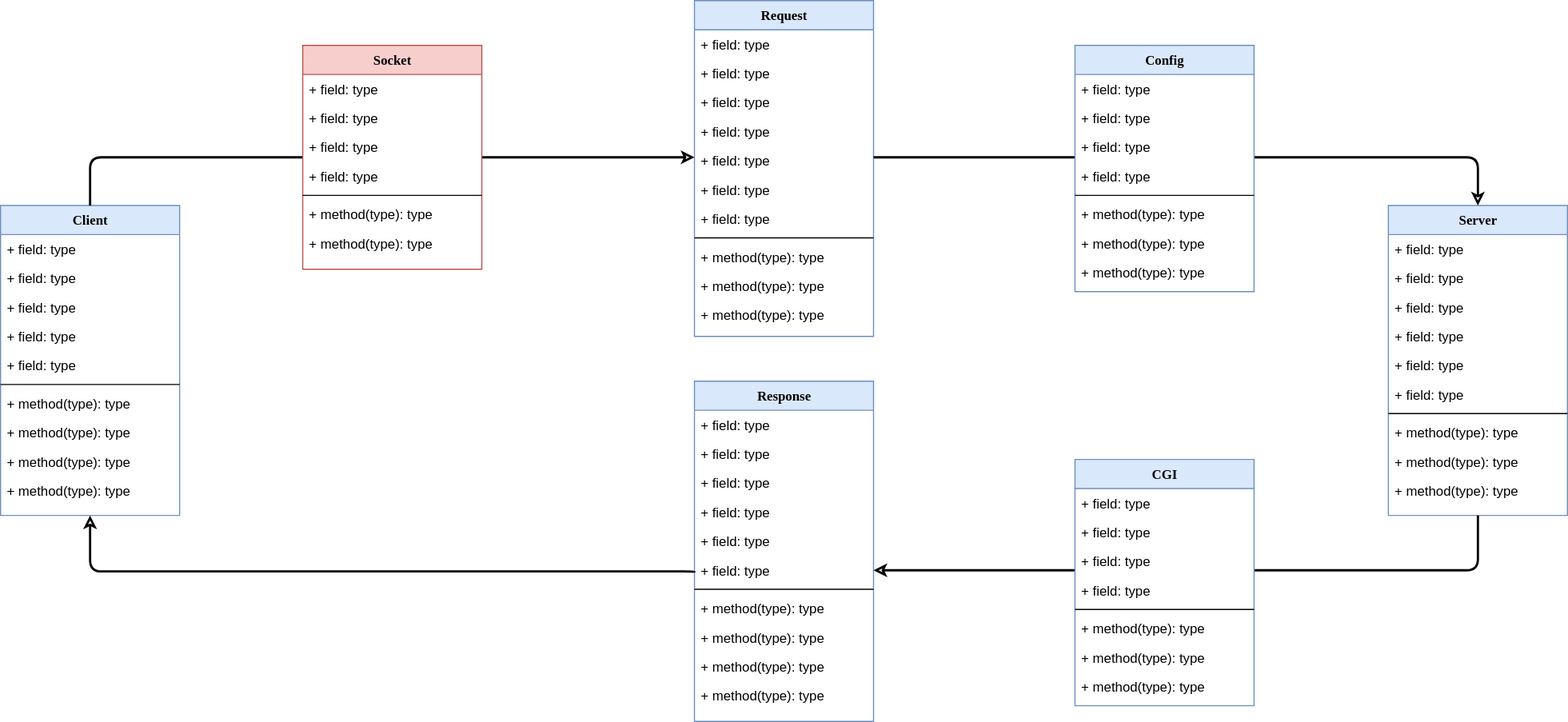
The draw.io diagram uml_class_diagram.svg in iker-gonzalez/webserv, before a commit. Source tidied: cells renumbered, new cells last; positions are measured from the earlier drawing's top-left corner, leaving out a move shared by most shapes.
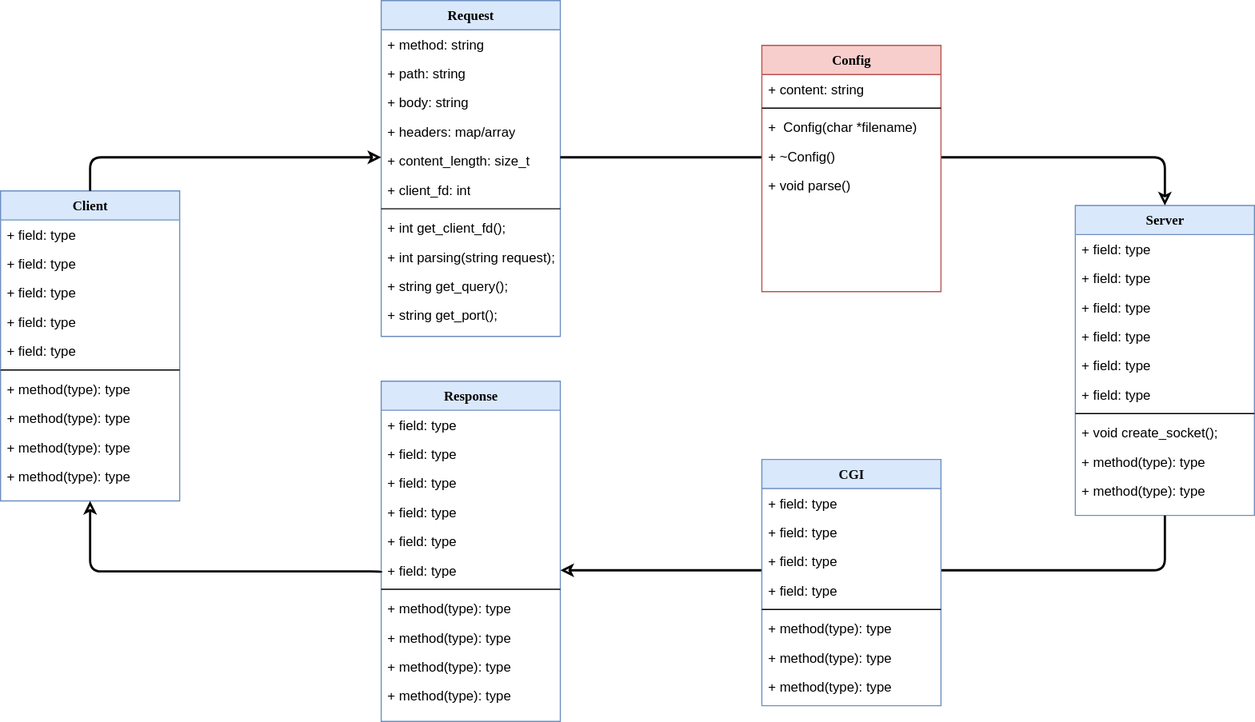
Later version of the same file.

Diff of the diagram source:
```diff
@@ -3,7 +3,7 @@
     <mxCell id="0" />
     <mxCell id="1" parent="0" />
     <mxCell id="2" value="Client" style="swimlane;html=1;fontStyle=1;align=center;verticalAlign=top;horizontal=1;startSize=26;swimlaneFillColor=#ffffff;rounded=0;shadow=0;comic=0;labelBackgroundColor=none;strokeWidth=1;fillColor=#dae8fc;fontFamily=Verdana;fontSize=12;strokeColor=#6c8ebf;" parent="1" vertex="1">
-      <mxGeometry y="183" width="160" height="277" as="geometry" />
+      <mxGeometry x="280" y="170" width="160" height="277" as="geometry" />
     </mxCell>
     <mxCell id="3" value="+ field: type" style="text;html=1;strokeColor=none;fillColor=none;align=left;verticalAlign=top;spacingLeft=4;spacingRight=4;whiteSpace=wrap;overflow=hidden;" parent="2" vertex="1">
       <mxGeometry y="26" width="160" height="26" as="geometry" />
@@ -59,7 +59,7 @@
     <mxCell id="20" style="line;html=1;strokeWidth=1;fillColor=none;align=left;verticalAlign=middle;spacingTop=-1;spacingLeft=3;spacingRight=3;labelPosition=right;" parent="13" vertex="1">
       <mxGeometry y="182" width="160" height="8" as="geometry" />
     </mxCell>
-    <mxCell id="21" value="+ method(type): type" style="text;html=1;strokeColor=none;fillColor=none;align=left;verticalAlign=top;spacingLeft=4;spacingRight=4;whiteSpace=wrap;overflow=hidden;" parent="13" vertex="1">
+    <mxCell id="21" value="+ void create_socket();" style="text;html=1;strokeColor=none;fillColor=none;align=left;verticalAlign=top;spacingLeft=4;spacingRight=4;whiteSpace=wrap;overflow=hidden;" parent="13" vertex="1">
       <mxGeometry y="190" width="160" height="26" as="geometry" />
     </mxCell>
     <mxCell id="22" value="+ method(type): type" style="text;html=1;strokeColor=none;fillColor=none;align=left;verticalAlign=top;spacingLeft=4;spacingRight=4;whiteSpace=wrap;overflow=hidden;" parent="13" vertex="1">
@@ -71,39 +71,39 @@
     <mxCell id="24" value="Request" style="swimlane;html=1;fontStyle=1;align=center;verticalAlign=top;horizontal=1;startSize=26;swimlaneFillColor=#ffffff;rounded=0;shadow=0;comic=0;labelBackgroundColor=none;strokeWidth=1;fillColor=#dae8fc;fontFamily=Verdana;fontSize=12;strokeColor=#6c8ebf;" parent="1" vertex="1">
       <mxGeometry x="620" width="160" height="300" as="geometry" />
     </mxCell>
-    <mxCell id="25" value="+ field: type" style="text;html=1;strokeColor=none;fillColor=none;align=left;verticalAlign=top;spacingLeft=4;spacingRight=4;whiteSpace=wrap;overflow=hidden;" parent="24" vertex="1">
+    <mxCell id="25" value="+ method: string" style="text;html=1;strokeColor=none;fillColor=none;align=left;verticalAlign=top;spacingLeft=4;spacingRight=4;whiteSpace=wrap;overflow=hidden;" parent="24" vertex="1">
       <mxGeometry y="26" width="160" height="26" as="geometry" />
     </mxCell>
-    <mxCell id="26" value="+ field: type" style="text;html=1;strokeColor=none;fillColor=none;align=left;verticalAlign=top;spacingLeft=4;spacingRight=4;whiteSpace=wrap;overflow=hidden;" parent="24" vertex="1">
+    <mxCell id="26" value="+ path: string" style="text;html=1;strokeColor=none;fillColor=none;align=left;verticalAlign=top;spacingLeft=4;spacingRight=4;whiteSpace=wrap;overflow=hidden;" parent="24" vertex="1">
       <mxGeometry y="52" width="160" height="26" as="geometry" />
     </mxCell>
-    <mxCell id="27" value="+ field: type" style="text;html=1;strokeColor=none;fillColor=none;align=left;verticalAlign=top;spacingLeft=4;spacingRight=4;whiteSpace=wrap;overflow=hidden;" parent="24" vertex="1">
+    <mxCell id="27" value="+ body: string" style="text;html=1;strokeColor=none;fillColor=none;align=left;verticalAlign=top;spacingLeft=4;spacingRight=4;whiteSpace=wrap;overflow=hidden;" parent="24" vertex="1">
       <mxGeometry y="78" width="160" height="26" as="geometry" />
     </mxCell>
-    <mxCell id="28" value="+ field: type" style="text;html=1;strokeColor=none;fillColor=none;align=left;verticalAlign=top;spacingLeft=4;spacingRight=4;whiteSpace=wrap;overflow=hidden;" parent="24" vertex="1">
+    <mxCell id="28" value="+ headers: map/array" style="text;html=1;strokeColor=none;fillColor=none;align=left;verticalAlign=top;spacingLeft=4;spacingRight=4;whiteSpace=wrap;overflow=hidden;" parent="24" vertex="1">
       <mxGeometry y="104" width="160" height="26" as="geometry" />
     </mxCell>
-    <mxCell id="29" value="+ field: type" style="text;html=1;strokeColor=none;fillColor=none;align=left;verticalAlign=top;spacingLeft=4;spacingRight=4;whiteSpace=wrap;overflow=hidden;" parent="24" vertex="1">
+    <mxCell id="29" value="+ content_length: size_t" style="text;html=1;strokeColor=none;fillColor=none;align=left;verticalAlign=top;spacingLeft=4;spacingRight=4;whiteSpace=wrap;overflow=hidden;" parent="24" vertex="1">
       <mxGeometry y="130" width="160" height="26" as="geometry" />
     </mxCell>
-    <mxCell id="30" value="+ field: type" style="text;html=1;strokeColor=none;fillColor=none;align=left;verticalAlign=top;spacingLeft=4;spacingRight=4;whiteSpace=wrap;overflow=hidden;" parent="24" vertex="1">
+    <mxCell id="30" value="+ client_fd: int" style="text;html=1;strokeColor=none;fillColor=none;align=left;verticalAlign=top;spacingLeft=4;spacingRight=4;whiteSpace=wrap;overflow=hidden;" parent="24" vertex="1">
       <mxGeometry y="156" width="160" height="26" as="geometry" />
     </mxCell>
-    <mxCell id="31" value="+ field: type" style="text;html=1;strokeColor=none;fillColor=none;align=left;verticalAlign=top;spacingLeft=4;spacingRight=4;whiteSpace=wrap;overflow=hidden;" parent="24" vertex="1">
-      <mxGeometry y="182" width="160" height="26" as="geometry" />
-    </mxCell>
     <mxCell id="32" style="line;html=1;strokeWidth=1;fillColor=none;align=left;verticalAlign=middle;spacingTop=-1;spacingLeft=3;spacingRight=3;labelPosition=right;" parent="24" vertex="1">
-      <mxGeometry y="208" width="160" height="8" as="geometry" />
+      <mxGeometry y="182" width="160" height="8" as="geometry" />
     </mxCell>
-    <mxCell id="33" value="+ method(type): type" style="text;html=1;strokeColor=none;fillColor=none;align=left;verticalAlign=top;spacingLeft=4;spacingRight=4;whiteSpace=wrap;overflow=hidden;" parent="24" vertex="1">
-      <mxGeometry y="216" width="160" height="26" as="geometry" />
+    <mxCell id="33" value="+ int get_client_fd();" style="text;html=1;strokeColor=none;fillColor=none;align=left;verticalAlign=top;spacingLeft=4;spacingRight=4;whiteSpace=wrap;overflow=hidden;" parent="24" vertex="1">
+      <mxGeometry y="190" width="160" height="26" as="geometry" />
     </mxCell>
-    <mxCell id="34" value="+ method(type): type" style="text;html=1;strokeColor=none;fillColor=none;align=left;verticalAlign=top;spacingLeft=4;spacingRight=4;whiteSpace=wrap;overflow=hidden;" parent="24" vertex="1">
-      <mxGeometry y="242" width="160" height="26" as="geometry" />
+    <mxCell id="34" value="+ int parsing(string request);" style="text;html=1;strokeColor=none;fillColor=none;align=left;verticalAlign=top;spacingLeft=4;spacingRight=4;whiteSpace=wrap;overflow=hidden;" parent="24" vertex="1">
+      <mxGeometry y="216" width="160" height="26" as="geometry" />
     </mxCell>
-    <mxCell id="35" value="+ method(type): type" style="text;html=1;strokeColor=none;fillColor=none;align=left;verticalAlign=top;spacingLeft=4;spacingRight=4;whiteSpace=wrap;overflow=hidden;" parent="24" vertex="1">
-      <mxGeometry y="268" width="160" height="26" as="geometry" />
+    <mxCell id="35" value="+ string get_query();&lt;br&gt;" style="text;html=1;strokeColor=none;fillColor=none;align=left;verticalAlign=top;spacingLeft=4;spacingRight=4;whiteSpace=wrap;overflow=hidden;" parent="24" vertex="1">
+      <mxGeometry y="242" width="160" height="26" as="geometry" />
     </mxCell>
+    <mxCell id="78" value="+ string get_port();" style="text;html=1;strokeColor=none;fillColor=none;align=left;verticalAlign=top;spacingLeft=4;spacingRight=4;whiteSpace=wrap;overflow=hidden;" parent="24" vertex="1">
+      <mxGeometry y="268" width="160" height="26" as="geometry" />
+    </mxCell>
     <mxCell id="36" value="Response" style="swimlane;html=1;fontStyle=1;align=center;verticalAlign=top;horizontal=1;startSize=26;swimlaneFillColor=#ffffff;rounded=0;shadow=0;comic=0;labelBackgroundColor=none;strokeWidth=1;fillColor=#dae8fc;fontFamily=Verdana;fontSize=12;strokeColor=#6c8ebf;" parent="1" vertex="1">
       <mxGeometry x="620" y="340" width="160" height="304" as="geometry" />
     </mxCell>
@@ -200,56 +200,23 @@
     <mxCell id="60" value="+ method(type): type" style="text;html=1;strokeColor=none;fillColor=none;align=left;verticalAlign=top;spacingLeft=4;spacingRight=4;whiteSpace=wrap;overflow=hidden;" parent="52" vertex="1">
       <mxGeometry y="190" width="160" height="26" as="geometry" />
     </mxCell>
-    <mxCell id="61" value="Config" style="swimlane;html=1;fontStyle=1;align=center;verticalAlign=top;horizontal=1;startSize=26;swimlaneFillColor=#ffffff;rounded=0;shadow=0;comic=0;labelBackgroundColor=none;strokeWidth=1;fillColor=#dae8fc;fontFamily=Verdana;fontSize=12;strokeColor=#6c8ebf;" parent="1" vertex="1">
+    <mxCell id="61" value="Config" style="swimlane;html=1;fontStyle=1;align=center;verticalAlign=top;horizontal=1;startSize=26;swimlaneFillColor=#ffffff;rounded=0;shadow=0;comic=0;labelBackgroundColor=none;strokeWidth=1;fillColor=#f8cecc;fontFamily=Verdana;fontSize=12;strokeColor=#b85450;" parent="1" vertex="1">
       <mxGeometry x="960" y="40" width="160" height="220" as="geometry" />
     </mxCell>
-    <mxCell id="62" value="+ field: type" style="text;html=1;strokeColor=none;fillColor=none;align=left;verticalAlign=top;spacingLeft=4;spacingRight=4;whiteSpace=wrap;overflow=hidden;" parent="61" vertex="1">
+    <mxCell id="62" value="+ content: string" style="text;html=1;strokeColor=none;fillColor=none;align=left;verticalAlign=top;spacingLeft=4;spacingRight=4;whiteSpace=wrap;overflow=hidden;" parent="61" vertex="1">
       <mxGeometry y="26" width="160" height="26" as="geometry" />
     </mxCell>
-    <mxCell id="63" value="+ field: type" style="text;html=1;strokeColor=none;fillColor=none;align=left;verticalAlign=top;spacingLeft=4;spacingRight=4;whiteSpace=wrap;overflow=hidden;" parent="61" vertex="1">
-      <mxGeometry y="52" width="160" height="26" as="geometry" />
-    </mxCell>
-    <mxCell id="64" value="+ field: type" style="text;html=1;strokeColor=none;fillColor=none;align=left;verticalAlign=top;spacingLeft=4;spacingRight=4;whiteSpace=wrap;overflow=hidden;" parent="61" vertex="1">
-      <mxGeometry y="78" width="160" height="26" as="geometry" />
-    </mxCell>
-    <mxCell id="65" value="+ field: type" style="text;html=1;strokeColor=none;fillColor=none;align=left;verticalAlign=top;spacingLeft=4;spacingRight=4;whiteSpace=wrap;overflow=hidden;" parent="61" vertex="1">
-      <mxGeometry y="104" width="160" height="26" as="geometry" />
-    </mxCell>
     <mxCell id="66" style="line;html=1;strokeWidth=1;fillColor=none;align=left;verticalAlign=middle;spacingTop=-1;spacingLeft=3;spacingRight=3;labelPosition=right;" parent="61" vertex="1">
-      <mxGeometry y="130" width="160" height="8" as="geometry" />
+      <mxGeometry y="52" width="160" height="8" as="geometry" />
     </mxCell>
-    <mxCell id="67" value="+ method(type): type" style="text;html=1;strokeColor=none;fillColor=none;align=left;verticalAlign=top;spacingLeft=4;spacingRight=4;whiteSpace=wrap;overflow=hidden;" parent="61" vertex="1">
-      <mxGeometry y="138" width="160" height="26" as="geometry" />
+    <mxCell id="67" value="+&amp;nbsp; Config(char *filename)" style="text;html=1;strokeColor=none;fillColor=none;align=left;verticalAlign=top;spacingLeft=4;spacingRight=4;whiteSpace=wrap;overflow=hidden;" parent="61" vertex="1">
+      <mxGeometry y="60" width="160" height="26" as="geometry" />
     </mxCell>
-    <mxCell id="68" value="+ method(type): type" style="text;html=1;strokeColor=none;fillColor=none;align=left;verticalAlign=top;spacingLeft=4;spacingRight=4;whiteSpace=wrap;overflow=hidden;" parent="61" vertex="1">
-      <mxGeometry y="164" width="160" height="26" as="geometry" />
+    <mxCell id="68" value="+ ~Config()" style="text;html=1;strokeColor=none;fillColor=none;align=left;verticalAlign=top;spacingLeft=4;spacingRight=4;whiteSpace=wrap;overflow=hidden;" parent="61" vertex="1">
+      <mxGeometry y="86" width="160" height="26" as="geometry" />
     </mxCell>
-    <mxCell id="69" value="+ method(type): type" style="text;html=1;strokeColor=none;fillColor=none;align=left;verticalAlign=top;spacingLeft=4;spacingRight=4;whiteSpace=wrap;overflow=hidden;" parent="61" vertex="1">
-      <mxGeometry y="190" width="160" height="26" as="geometry" />
+    <mxCell id="69" value="+ void parse()" style="text;html=1;strokeColor=none;fillColor=none;align=left;verticalAlign=top;spacingLeft=4;spacingRight=4;whiteSpace=wrap;overflow=hidden;" parent="61" vertex="1">
+      <mxGeometry y="112" width="160" height="26" as="geometry" />
     </mxCell>
-    <mxCell id="70" value="Socket" style="swimlane;html=1;fontStyle=1;align=center;verticalAlign=top;horizontal=1;startSize=26;swimlaneFillColor=#ffffff;rounded=0;shadow=0;comic=0;labelBackgroundColor=none;strokeWidth=1;fillColor=#f8cecc;fontFamily=Verdana;fontSize=12;strokeColor=#b85450;" parent="1" vertex="1">
-      <mxGeometry x="270" y="40" width="160" height="200" as="geometry" />
-    </mxCell>
-    <mxCell id="71" value="+ field: type" style="text;html=1;strokeColor=none;fillColor=none;align=left;verticalAlign=top;spacingLeft=4;spacingRight=4;whiteSpace=wrap;overflow=hidden;" parent="70" vertex="1">
-      <mxGeometry y="26" width="160" height="26" as="geometry" />
-    </mxCell>
-    <mxCell id="72" value="+ field: type" style="text;html=1;strokeColor=none;fillColor=none;align=left;verticalAlign=top;spacingLeft=4;spacingRight=4;whiteSpace=wrap;overflow=hidden;" parent="70" vertex="1">
-      <mxGeometry y="52" width="160" height="26" as="geometry" />
-    </mxCell>
-    <mxCell id="73" value="+ field: type" style="text;html=1;strokeColor=none;fillColor=none;align=left;verticalAlign=top;spacingLeft=4;spacingRight=4;whiteSpace=wrap;overflow=hidden;" parent="70" vertex="1">
-      <mxGeometry y="78" width="160" height="26" as="geometry" />
-    </mxCell>
-    <mxCell id="74" value="+ field: type" style="text;html=1;strokeColor=none;fillColor=none;align=left;verticalAlign=top;spacingLeft=4;spacingRight=4;whiteSpace=wrap;overflow=hidden;" parent="70" vertex="1">
-      <mxGeometry y="104" width="160" height="26" as="geometry" />
-    </mxCell>
-    <mxCell id="75" style="line;html=1;strokeWidth=1;fillColor=none;align=left;verticalAlign=middle;spacingTop=-1;spacingLeft=3;spacingRight=3;labelPosition=right;" parent="70" vertex="1">
-      <mxGeometry y="130" width="160" height="8" as="geometry" />
-    </mxCell>
-    <mxCell id="76" value="+ method(type): type" style="text;html=1;strokeColor=none;fillColor=none;align=left;verticalAlign=top;spacingLeft=4;spacingRight=4;whiteSpace=wrap;overflow=hidden;" parent="70" vertex="1">
-      <mxGeometry y="138" width="160" height="26" as="geometry" />
-    </mxCell>
-    <mxCell id="77" value="+ method(type): type" style="text;html=1;strokeColor=none;fillColor=none;align=left;verticalAlign=top;spacingLeft=4;spacingRight=4;whiteSpace=wrap;overflow=hidden;" parent="70" vertex="1">
-      <mxGeometry y="164" width="160" height="26" as="geometry" />
-    </mxCell>
   </root>
 </mxGraphModel>
```
